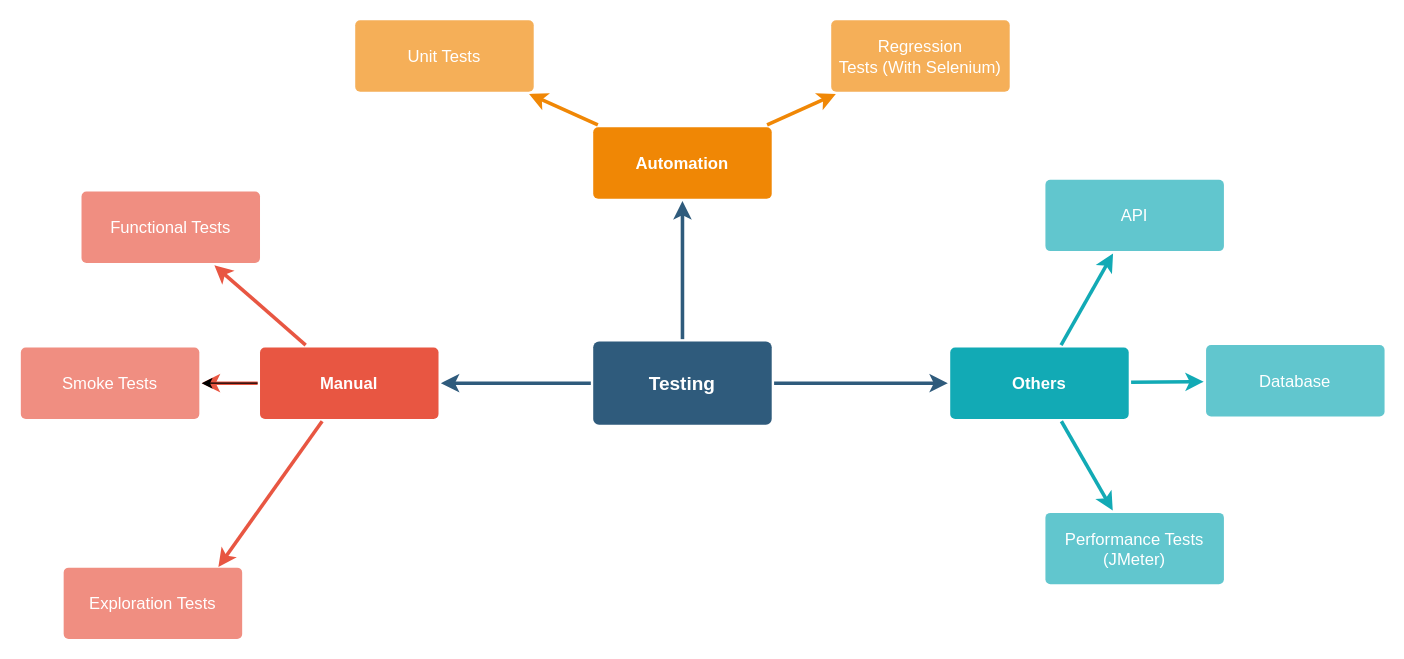
The draw.io diagram Test Types.drawio in DawidPrus96/Interview-task, before the edit. Source tidied: cells renumbered, new cells numbered last; positions are measured from the earlier drawing's top-left corner, leaving out a move shared by most shapes. Both pictures are drawn from the tidied source at 119%, with x=0, y=0 at pixel (20, 19).
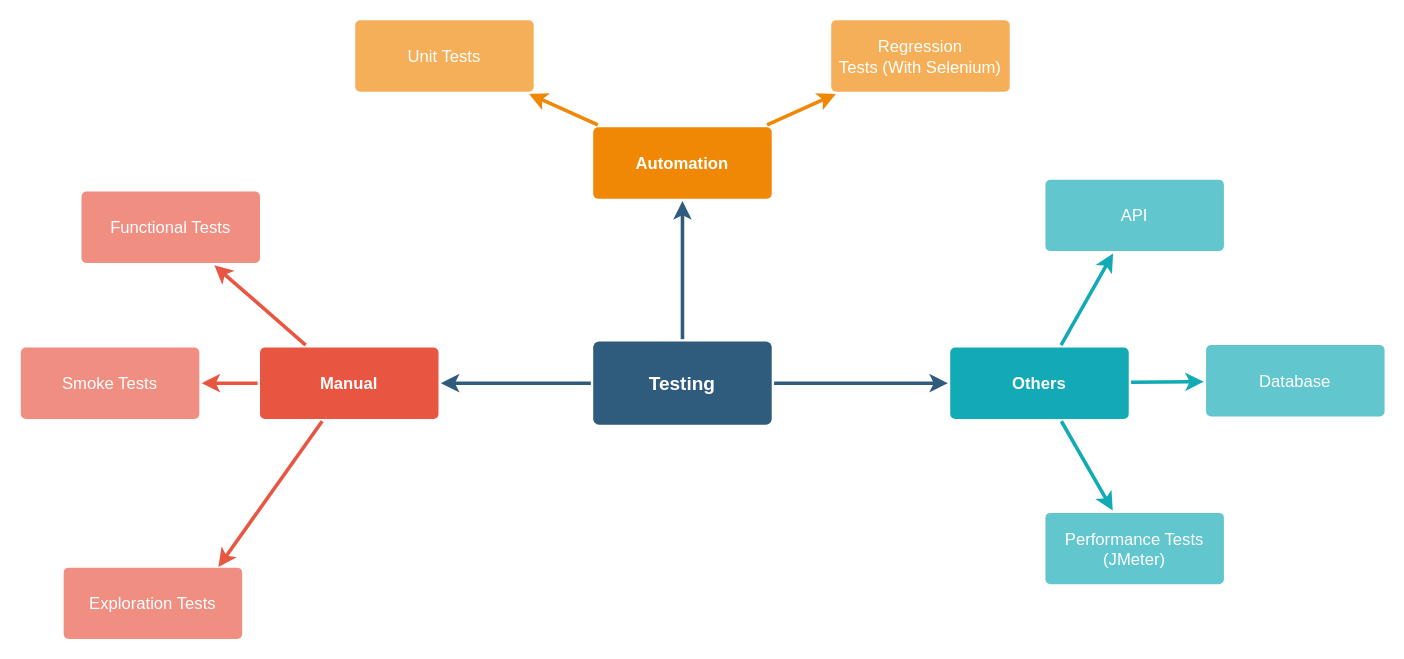
The same diagram, later.

Unchanged cells that the change refers to:
```xml
<mxCell id="9" value="Manual" style="rounded=1;whiteSpace=wrap;html=1;shadow=0;labelBackgroundColor=none;strokeColor=none;strokeWidth=3;fillColor=#e85642;fontFamily=Helvetica;fontSize=14;fontColor=#FFFFFF;align=center;spacing=5;fontStyle=1;arcSize=7;perimeterSpacing=2;" parent="1" vertex="1">
  <mxGeometry x="201" y="275.5" width="150" height="60" as="geometry" />
</mxCell>
<mxCell id="10" value="Smoke Tests" style="rounded=1;whiteSpace=wrap;html=1;shadow=0;labelBackgroundColor=none;strokeColor=none;strokeWidth=3;fillColor=#f08e81;fontFamily=Helvetica;fontSize=14;fontColor=#FFFFFF;align=center;spacing=5;fontStyle=0;arcSize=7;perimeterSpacing=2;" parent="1" vertex="1">
  <mxGeometry y="275.5" width="150" height="60" as="geometry" />
</mxCell>
```

Change to the diagram source:
```diff
@@
-    <mxCell id="8" style="edgeStyle=orthogonalEdgeStyle;rounded=0;jettySize=auto;html=1;" parent="1" edge="1" source="9" target="10">
-      <mxGeometry relative="1" as="geometry" />
-    </mxCell>
```
